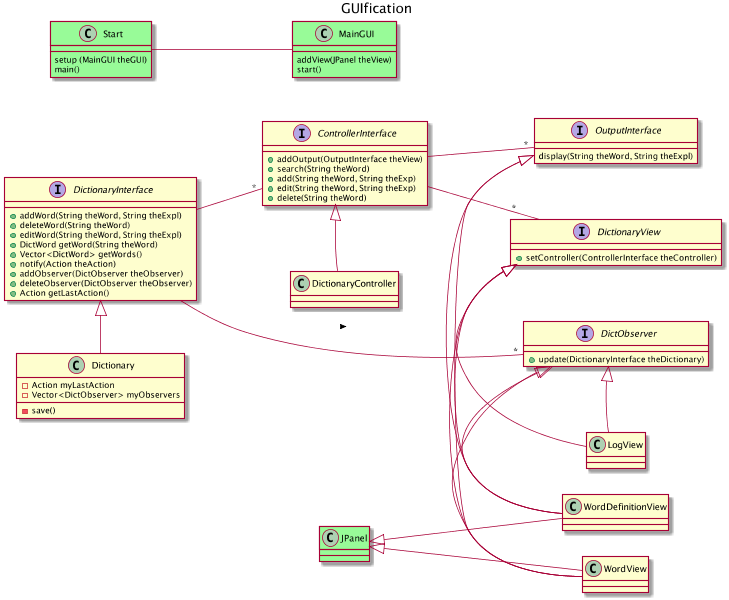
bth-dipt-teaching/PA1458-OO-Design keeps this PlantUML diagram as Lectures/FDictionaryClass4.png. Above is the earlier version. Its diagram source:
```plantuml
@startuml
scale max 800*600
left to right direction
title GUIfication
interface DictionaryInterface
DictionaryInterface : +addWord(String theWord, String theExpl)
DictionaryInterface : +deleteWord(String theWord)
DictionaryInterface : +editWord(String theWord, String theExpl)
DictionaryInterface : +DictWord getWord(String theWord)
DictionaryInterface : +Vector<DictWord> getWords()

interface DictionaryView
DictionaryView : +setController(ControllerInterface theController)

interface ControllerInterface
ControllerInterface : +addOutput(OutputInterface theView)
ControllerInterface : +search(String theWord)
ControllerInterface : +add(String theWord, String theExp)
ControllerInterface : +edit(String theWord, String theExp)
ControllerInterface : +delete(String theWord)

ControllerInterface -- "*" OutputInterface
interface OutputInterface
OutputInterface : display(String theWord, String theExpl)

DictionaryInterface -- "*" ControllerInterface
ControllerInterface -- "*" DictionaryView

DictionaryInterface <|- Dictionary
Dictionary : -save()

ControllerInterface <|- DictionaryController

DictionaryView <|- WordView
DictionaryView <|- WordDefinitionView
DictionaryView <|- LogView

OutputInterface <|- WordView
OutputInterface <|- WordDefinitionView

interface DictObserver
DictObserver : +update(DictionaryInterface theDictionary)
DictObserver <|- WordView
DictObserver <|- WordDefinitionView
DictObserver <|- LogView

DictionaryInterface : +notify(Action theAction)
DictionaryInterface : +addObserver(DictObserver theObserver)
DictionaryInterface : +deleteObserver(DictObserver theObserver)
DictionaryInterface : +Action getLastAction()

Dictionary : -Action myLastAction
Dictionary : -Vector<DictObserver> myObservers

DictionaryInterface -- "*" DictObserver : >

class MainGUI #PaleGreen
class Start #PaleGreen
class JPanel #PaleGreen

MainGUI : addView(JPanel theView)
MainGUI : start()

Start : setup (MainGUI theGUI)
Start : main()

Start -- MainGUI

JPanel <|-- WordDefinitionView
JPanel <|-- WordView
@enduml
```
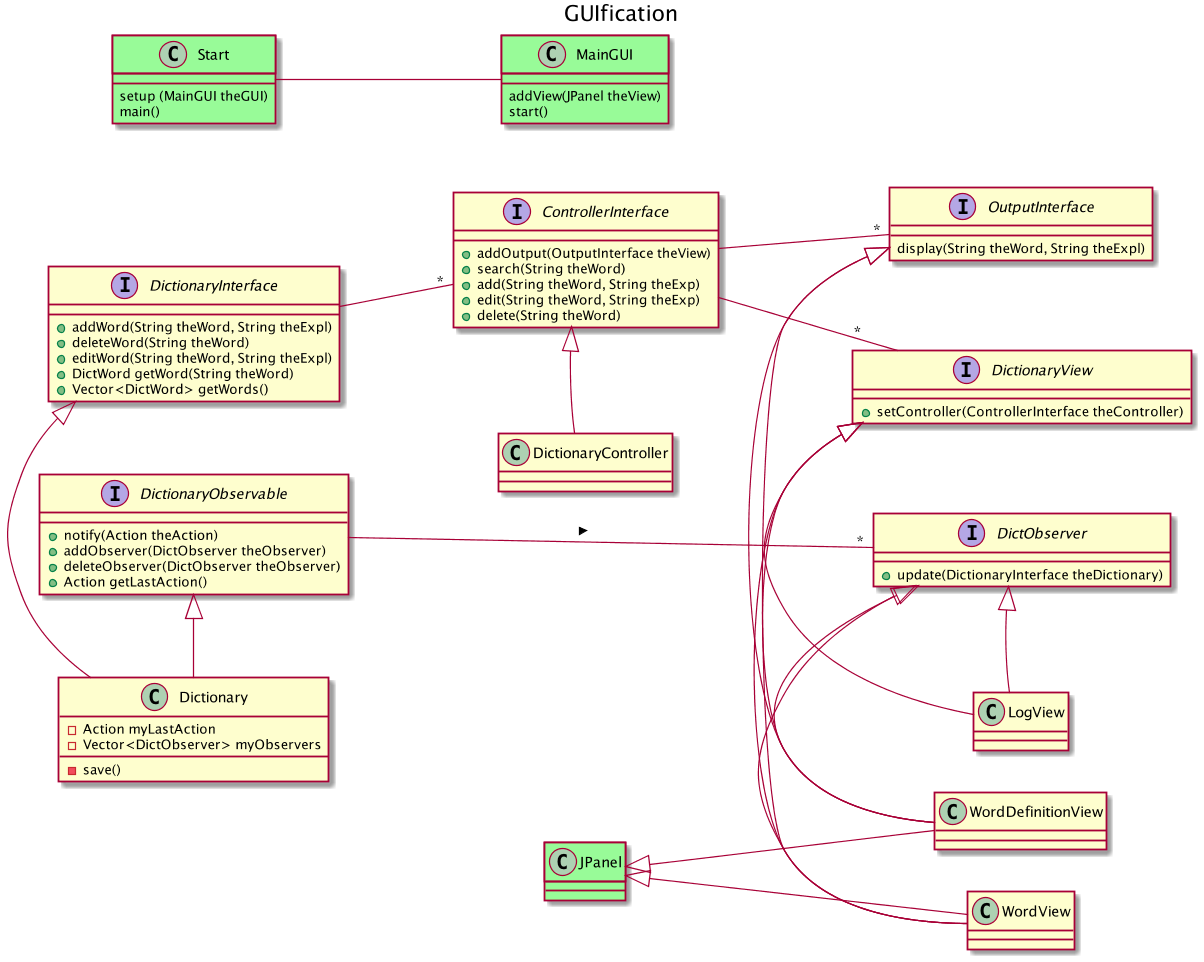
Above is the later version.

The edit, as a diff of the source:
```diff
@@ -1,5 +1,5 @@
 @startuml
-scale max 800*600
+scale 1.2
 left to right direction
 title GUIfication
 interface DictionaryInterface
@@ -44,16 +44,18 @@
 DictObserver <|- WordDefinitionView
 DictObserver <|- LogView
 
-DictionaryInterface : +notify(Action theAction)
-DictionaryInterface : +addObserver(DictObserver theObserver)
-DictionaryInterface : +deleteObserver(DictObserver theObserver)
-DictionaryInterface : +Action getLastAction()
+interface DictionaryObservable
+DictionaryObservable : +notify(Action theAction)
+DictionaryObservable : +addObserver(DictObserver theObserver)
+DictionaryObservable : +deleteObserver(DictObserver theObserver)
+DictionaryObservable : +Action getLastAction()
+
+DictionaryObservable <|- Dictionary
 
 Dictionary : -Action myLastAction
 Dictionary : -Vector<DictObserver> myObservers
 
-DictionaryInterface -- "*" DictObserver : >
-
+DictionaryObservable -- "*" DictObserver : >
 class MainGUI #PaleGreen
 class Start #PaleGreen
 class JPanel #PaleGreen
```
